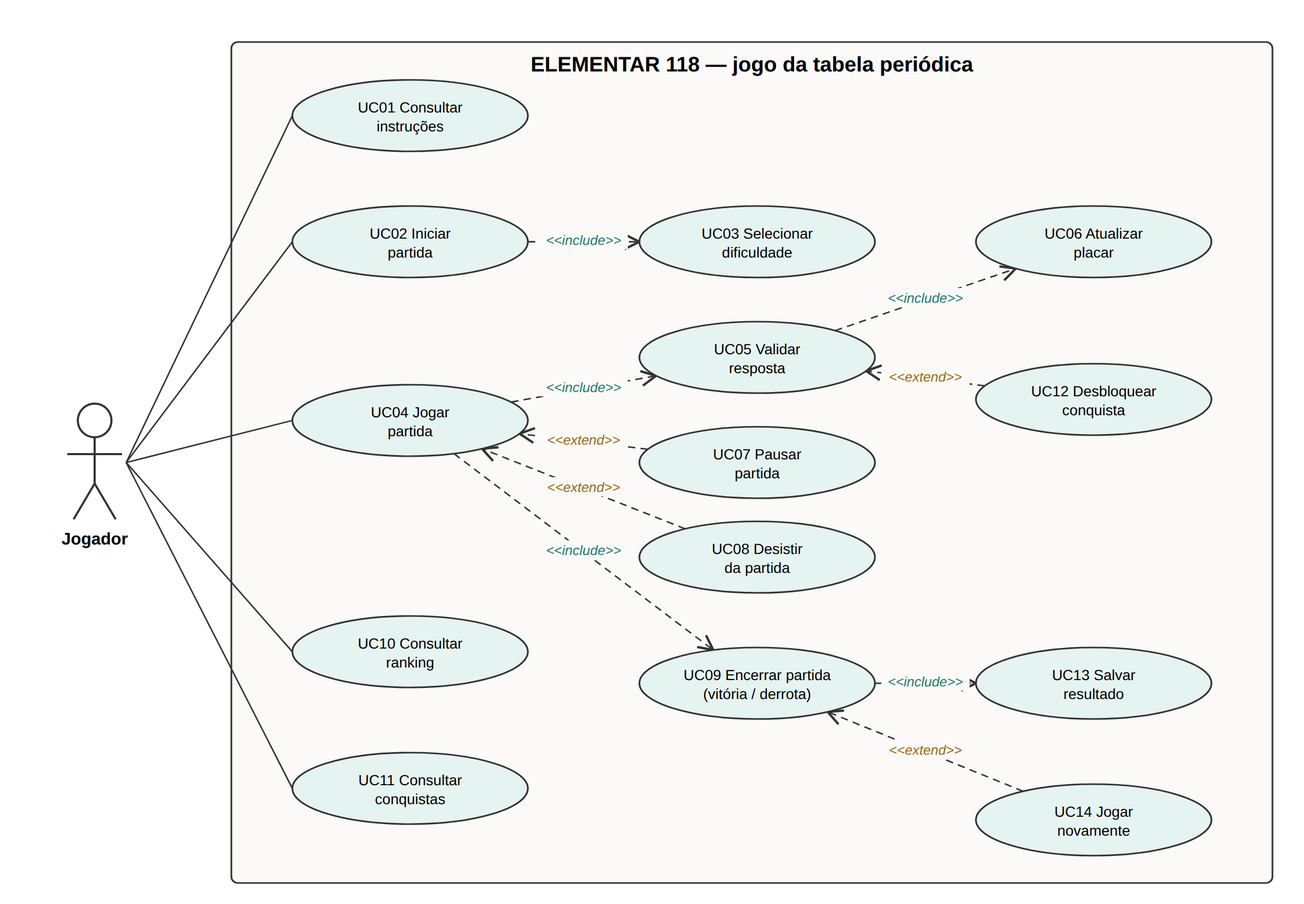
Earlier version of the PlantUML export docs/casos-de-uso.png (Lonkosw/elementar-118). Its source is kept beside it as docs/casos-de-uso.puml.
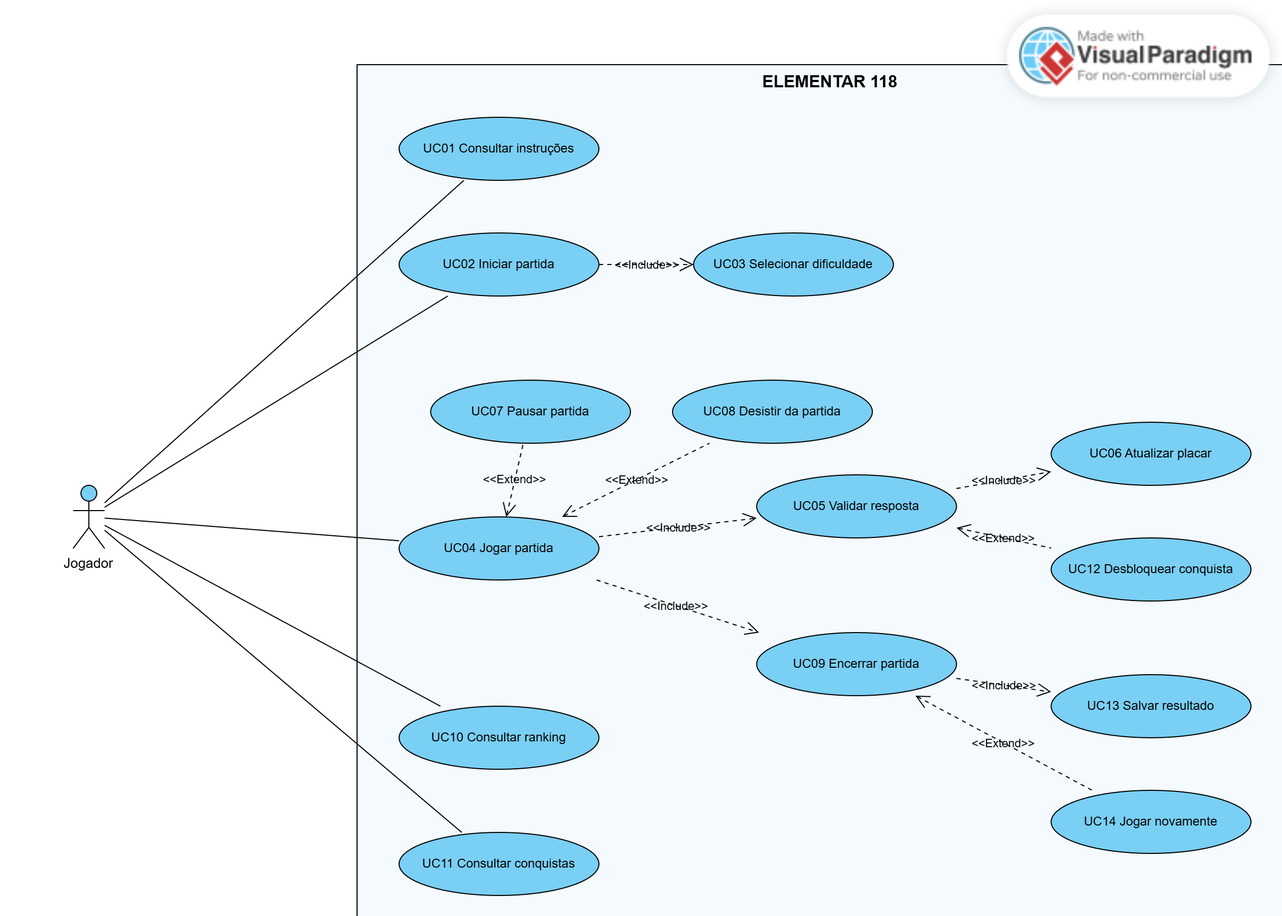
After the commit.

Diff of the diagram source:
```diff
@@ -3,7 +3,7 @@
 skinparam usecase { BackgroundColor #e6f4f1 }
 actor Jogador
 
-rectangle "ELEMENTAR 118 — jogo da tabela periódica" {
+rectangle "ELEMENTAR 118" {
   usecase "UC01 Consultar instruções" as UC01
   usecase "UC02 Iniciar partida" as UC02
   usecase "UC03 Selecionar dificuldade" as UC03
@@ -12,7 +12,7 @@
   usecase "UC06 Atualizar placar" as UC06
   usecase "UC07 Pausar partida" as UC07
   usecase "UC08 Desistir da partida" as UC08
-  usecase "UC09 Encerrar partida\n(vitória / derrota)" as UC09
+  usecase "UC09 Encerrar partida" as UC09
   usecase "UC10 Consultar ranking" as UC10
   usecase "UC11 Consultar conquistas" as UC11
   usecase "UC12 Desbloquear conquista" as UC12
```
